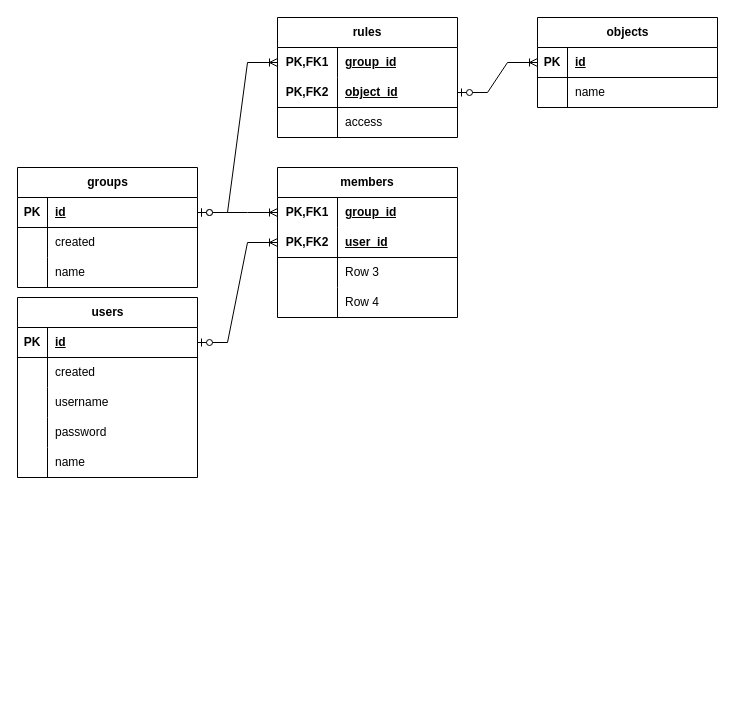
Above: ER.drawio in vovka1200/tpss-plaster (draw.io), before the change. Source tidied: cells renumbered, new cells numbered last; positions are measured from the earlier drawing's top-left corner, leaving out a move shared by most shapes. Both pictures are drawn from the tidied source at 100%, with x=0, y=0 at pixel (17, 17).
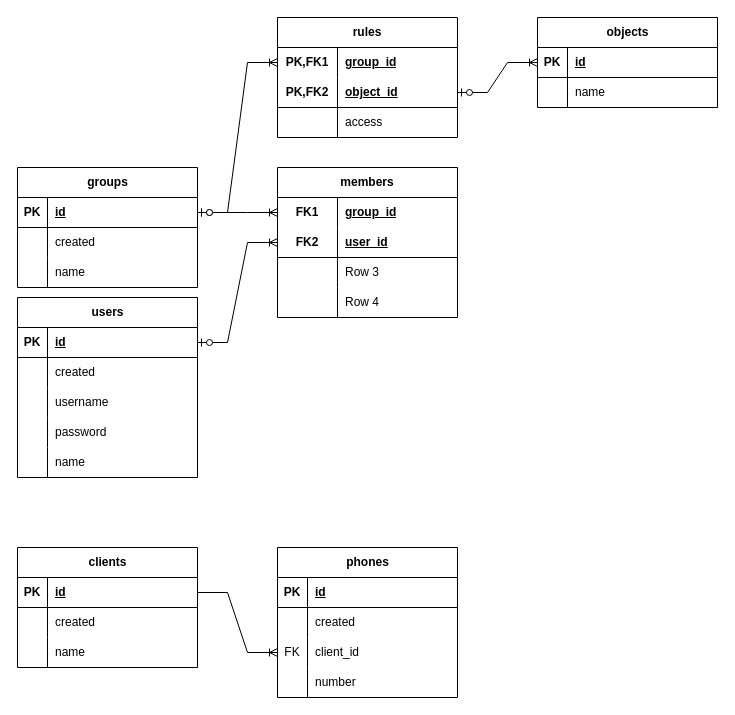
The same page after the edit.

Commit message:
ER diagram added tables

The change refers to these unchanged cells:
```xml
<mxCell id="3" style="shape=tableRow;horizontal=0;startSize=0;swimlaneHead=0;swimlaneBody=0;fillColor=none;points=[[0,0.5],[1,0.5]];portConstraint=eastwest;top=0;left=0;right=0;bottom=0;html=1;" parent="2" vertex="1">
  <mxGeometry y="30" width="180" height="30" as="geometry" />
</mxCell>
<mxCell id="6" style="shape=tableRow;horizontal=0;startSize=0;swimlaneHead=0;swimlaneBody=0;fillColor=none;points=[[0,0.5],[1,0.5]];portConstraint=eastwest;top=0;left=0;right=0;bottom=1;html=1;" parent="2" vertex="1">
  <mxGeometry y="60" width="180" height="30" as="geometry" />
</mxCell>
```

Change to the diagram source:
```diff
@@
-    <mxCell id="4" value="PK,FK1" style="shape=partialRectangle;fillColor=none;top=0;left=0;bottom=0;right=0;fontStyle=1;overflow=hidden;html=1;whiteSpace=wrap;" parent="3" vertex="1">
+    <mxCell id="4" value="FK1" style="shape=partialRectangle;fillColor=none;top=0;left=0;bottom=0;right=0;fontStyle=1;overflow=hidden;html=1;whiteSpace=wrap;" parent="3" vertex="1">
       <mxGeometry width="60" height="30" as="geometry" />
     </mxCell>
@@
-    <mxCell id="7" value="PK,FK2" style="shape=partialRectangle;fillColor=none;top=0;left=0;bottom=0;right=0;fontStyle=1;overflow=hidden;html=1;whiteSpace=wrap;" parent="6" vertex="1">
+    <mxCell id="7" value="FK2" style="shape=partialRectangle;fillColor=none;top=0;left=0;bottom=0;right=0;fontStyle=1;overflow=hidden;html=1;whiteSpace=wrap;" parent="6" vertex="1">
       <mxGeometry width="60" height="30" as="geometry" />
     </mxCell>
@@
+    <mxCell id="62" value="clients" style="shape=table;startSize=30;childLayout=tableLayout;rowLines=0;fontStyle=1;align=center;html=1;" parent="1" vertex="1">
+      <mxGeometry y="530" width="180" height="120" as="geometry" />
+    </mxCell>
+    <mxCell id="63" style="shape=tableRow;horizontal=0;startSize=0;swimlaneHead=0;swimlaneBody=0;fillColor=none;points=[[0,0.5],[1,0.5]];portConstraint=eastwest;top=0;left=0;right=0;bottom=1;" parent="62" vertex="1">
+      <mxGeometry y="30" width="180" height="30" as="geometry" />
+    </mxCell>
+    <mxCell id="64" value="PK" style="shape=partialRectangle;fillColor=none;top=0;left=0;bottom=0;right=0;fontStyle=1;overflow=hidden;whiteSpace=wrap;html=1;" parent="63" vertex="1">
+      <mxGeometry width="30" height="30" as="geometry" />
+    </mxCell>
+    <mxCell id="65" value="id" style="shape=partialRectangle;fillColor=none;top=0;left=0;bottom=0;right=0;align=left;spacingLeft=6;fontStyle=5;overflow=hidden;whiteSpace=wrap;html=1;" parent="63" vertex="1">
+      <mxGeometry x="30" width="150" height="30" as="geometry" />
+    </mxCell>
+    <mxCell id="66" style="shape=tableRow;horizontal=0;startSize=0;swimlaneHead=0;swimlaneBody=0;fillColor=none;top=0;left=0;right=0;bottom=0;" parent="62" vertex="1">
+      <mxGeometry y="60" width="180" height="30" as="geometry" />
+    </mxCell>
+    <mxCell id="67" style="shape=partialRectangle;fillColor=none;top=0;left=0;bottom=0;right=0;overflow=hidden;whiteSpace=wrap;html=1;" parent="66" vertex="1">
+      <mxGeometry width="30" height="30" as="geometry" />
+    </mxCell>
+    <mxCell id="68" value="created" style="shape=partialRectangle;fillColor=none;top=0;left=0;bottom=0;right=0;align=left;spacingLeft=6;overflow=hidden;whiteSpace=wrap;html=1;" parent="66" vertex="1">
+      <mxGeometry x="30" width="150" height="30" as="geometry" />
+    </mxCell>
+    <mxCell id="69" style="shape=tableRow;horizontal=0;startSize=0;swimlaneHead=0;swimlaneBody=0;fillColor=none;top=0;left=0;right=0;bottom=0;" parent="62" vertex="1">
+      <mxGeometry y="90" width="180" height="30" as="geometry" />
+    </mxCell>
+    <mxCell id="70" style="shape=partialRectangle;fillColor=none;top=0;left=0;bottom=0;right=0;overflow=hidden;whiteSpace=wrap;html=1;" parent="69" vertex="1">
+      <mxGeometry width="30" height="30" as="geometry" />
+    </mxCell>
+    <mxCell id="71" value="name" style="shape=partialRectangle;fillColor=none;top=0;left=0;bottom=0;right=0;align=left;spacingLeft=6;overflow=hidden;whiteSpace=wrap;html=1;" parent="69" vertex="1">
+      <mxGeometry x="30" width="150" height="30" as="geometry" />
+    </mxCell>
+    <mxCell id="72" value="phones" style="shape=table;startSize=30;childLayout=tableLayout;rowLines=0;fontStyle=1;align=center;html=1;" parent="1" vertex="1">
+      <mxGeometry x="260" y="530" width="180" height="150" as="geometry" />
+    </mxCell>
+    <mxCell id="73" style="shape=tableRow;horizontal=0;startSize=0;swimlaneHead=0;swimlaneBody=0;fillColor=none;top=0;left=0;right=0;bottom=1;" parent="72" vertex="1">
+      <mxGeometry y="30" width="180" height="30" as="geometry" />
+    </mxCell>
+    <mxCell id="74" value="PK" style="shape=partialRectangle;fillColor=none;top=0;left=0;bottom=0;right=0;fontStyle=1;overflow=hidden;whiteSpace=wrap;html=1;" parent="73" vertex="1">
+      <mxGeometry width="30" height="30" as="geometry" />
+    </mxCell>
+    <mxCell id="75" value="id" style="shape=partialRectangle;fillColor=none;top=0;left=0;bottom=0;right=0;align=left;spacingLeft=6;fontStyle=5;overflow=hidden;whiteSpace=wrap;html=1;" parent="73" vertex="1">
+      <mxGeometry x="30" width="150" height="30" as="geometry" />
+    </mxCell>
+    <mxCell id="76" style="shape=tableRow;horizontal=0;startSize=0;swimlaneHead=0;swimlaneBody=0;fillColor=none;top=0;left=0;right=0;bottom=0;" parent="72" vertex="1">
+      <mxGeometry y="60" width="180" height="30" as="geometry" />
+    </mxCell>
+    <mxCell id="77" style="shape=partialRectangle;fillColor=none;top=0;left=0;bottom=0;right=0;overflow=hidden;whiteSpace=wrap;html=1;" parent="76" vertex="1">
+      <mxGeometry width="30" height="30" as="geometry" />
+    </mxCell>
+    <mxCell id="78" value="created" style="shape=partialRectangle;fillColor=none;top=0;left=0;bottom=0;right=0;align=left;spacingLeft=6;overflow=hidden;whiteSpace=wrap;html=1;" parent="76" vertex="1">
+      <mxGeometry x="30" width="150" height="30" as="geometry" />
+    </mxCell>
+    <mxCell id="79" style="shape=tableRow;horizontal=0;startSize=0;swimlaneHead=0;swimlaneBody=0;fillColor=none;points=[[0,0.5],[1,0.5]];portConstraint=eastwest;top=0;left=0;right=0;bottom=0;" parent="72" vertex="1">
+      <mxGeometry y="90" width="180" height="30" as="geometry" />
+    </mxCell>
+    <mxCell id="80" value="FK" style="shape=partialRectangle;fillColor=none;top=0;left=0;bottom=0;right=0;overflow=hidden;whiteSpace=wrap;html=1;" parent="79" vertex="1">
+      <mxGeometry width="30" height="30" as="geometry" />
+    </mxCell>
+    <mxCell id="81" value="client_id" style="shape=partialRectangle;fillColor=none;top=0;left=0;bottom=0;right=0;align=left;spacingLeft=6;overflow=hidden;whiteSpace=wrap;html=1;" parent="79" vertex="1">
+      <mxGeometry x="30" width="150" height="30" as="geometry" />
+    </mxCell>
+    <mxCell id="82" style="shape=tableRow;horizontal=0;startSize=0;swimlaneHead=0;swimlaneBody=0;fillColor=none;top=0;left=0;right=0;bottom=0;" parent="72" vertex="1">
+      <mxGeometry y="120" width="180" height="30" as="geometry" />
+    </mxCell>
+    <mxCell id="83" style="shape=partialRectangle;fillColor=none;top=0;left=0;bottom=0;right=0;overflow=hidden;whiteSpace=wrap;html=1;" parent="82" vertex="1">
+      <mxGeometry width="30" height="30" as="geometry" />
+    </mxCell>
+    <mxCell id="84" value="number" style="shape=partialRectangle;fillColor=none;top=0;left=0;bottom=0;right=0;align=left;spacingLeft=6;overflow=hidden;whiteSpace=wrap;html=1;" parent="82" vertex="1">
+      <mxGeometry x="30" width="150" height="30" as="geometry" />
+    </mxCell>
+    <mxCell id="85" style="edgeStyle=entityRelationEdgeStyle;fontSize=12;html=1;endArrow=ERoneToMany;rounded=0;exitX=1;exitY=0.5;exitDx=0;exitDy=0;entryX=0;entryY=0.5;entryDx=0;entryDy=0;" parent="1" edge="1" source="63" target="79">
+      <mxGeometry relative="1" as="geometry" />
+    </mxCell>
```
